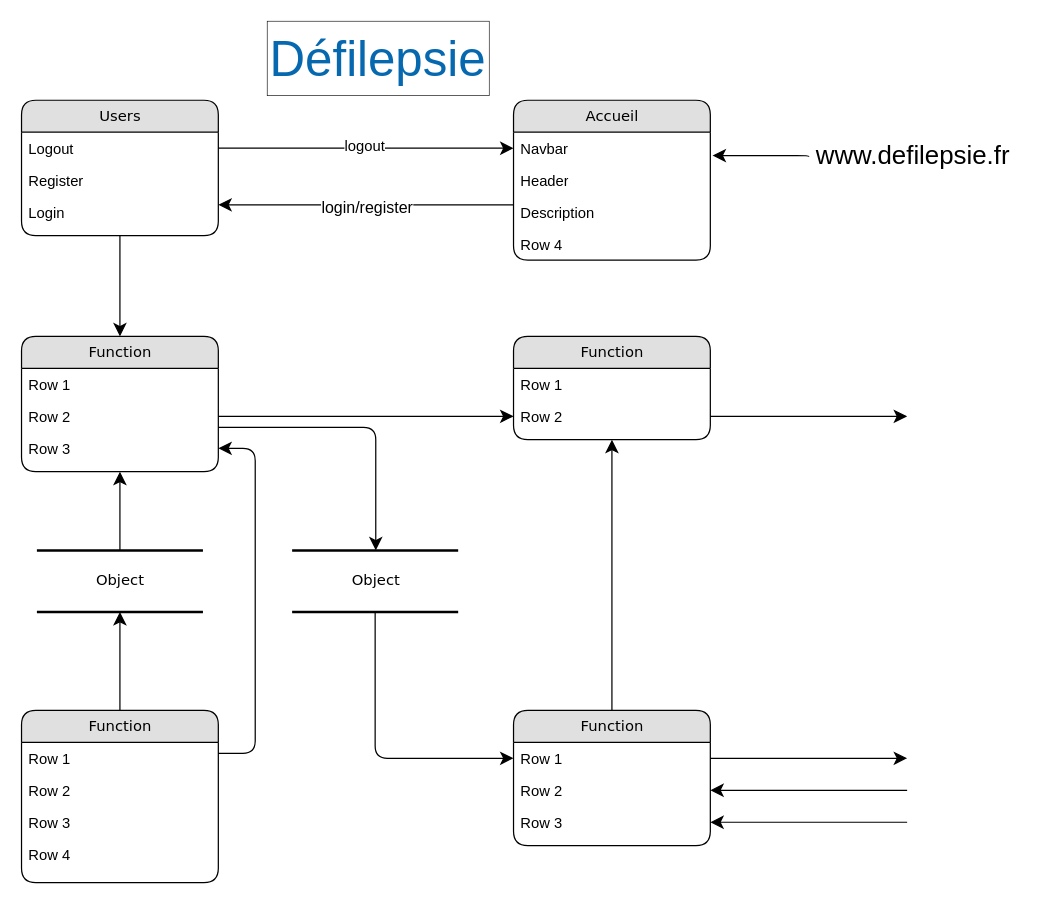
LaurentJouron/defilepsie keeps this draw.io diagram as docs/source/architecture/models/Diagramme sans nom.drawio. Above is the earlier version. Source tidied: cells renumbered, new cells numbered last; positions are measured from the earlier drawing's top-left corner, leaving out a move shared by most shapes. Both pictures are drawn from the tidied source at 123%, with x=0, y=0 at pixel (21, 21).
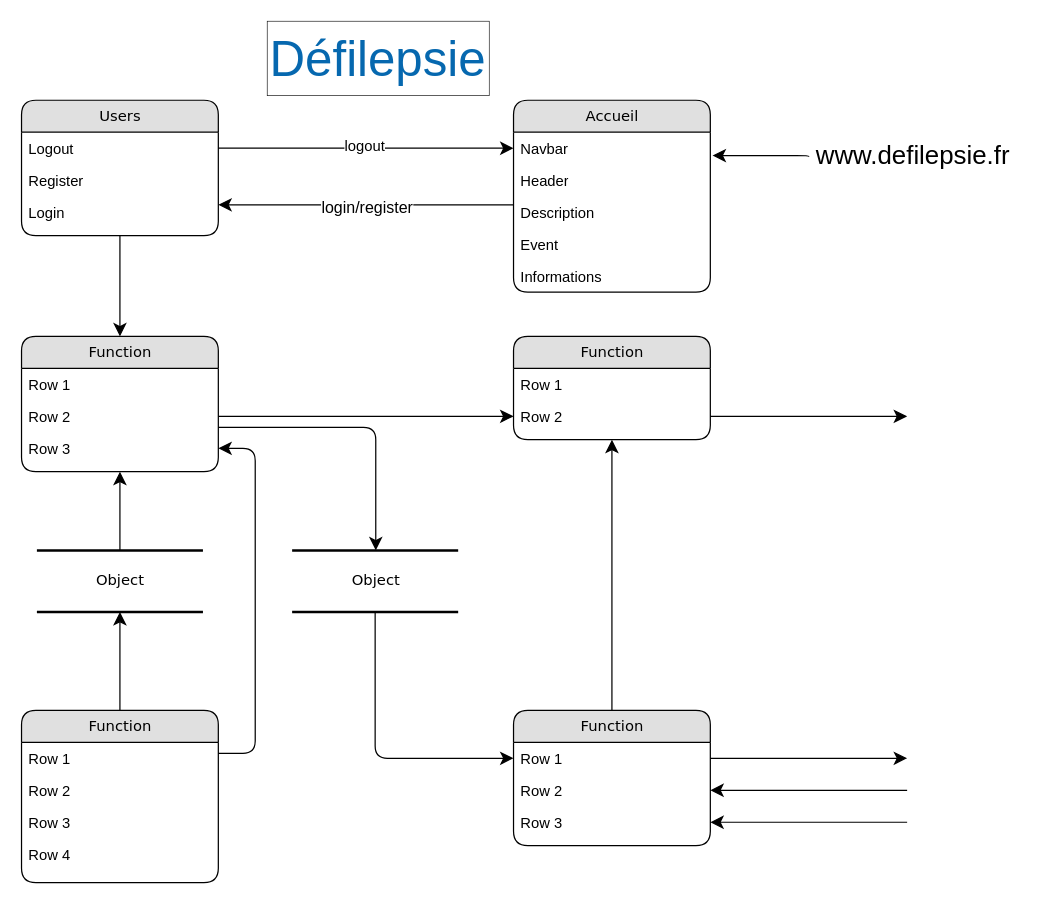
After the change.

Commit message:
Defilepsie_map

Change to the diagram source:
```diff
@@
     <mxCell id="7" value="Accueil" style="swimlane;html=1;fontStyle=0;horizontal=1;startSize=26;fillColor=#e0e0e0;swimlaneFillColor=#ffffff;align=center;rounded=1;shadow=0;comic=0;labelBackgroundColor=none;strokeWidth=1;fontFamily=Verdana;fontSize=12;" parent="1" vertex="1">
-      <mxGeometry x="400" y="64" width="160" height="130" as="geometry" />
+      <mxGeometry x="400" y="64" width="160" height="156" as="geometry" />
     </mxCell>
@@
-    <mxCell id="11" value="Row 4" style="text;html=1;strokeColor=none;fillColor=none;spacingLeft=4;spacingRight=4;whiteSpace=wrap;overflow=hidden;" parent="7" vertex="1">
+    <mxCell id="11" value="Event" style="text;html=1;strokeColor=none;fillColor=none;spacingLeft=4;spacingRight=4;whiteSpace=wrap;overflow=hidden;" parent="7" vertex="1">
       <mxGeometry y="104" width="160" height="26" as="geometry" />
     </mxCell>
+    <mxCell id="49" value="Informations" style="text;html=1;strokeColor=none;fillColor=none;spacingLeft=4;spacingRight=4;whiteSpace=wrap;overflow=hidden;" parent="7" vertex="1">
+      <mxGeometry y="130" width="160" height="26" as="geometry" />
+    </mxCell>
```
